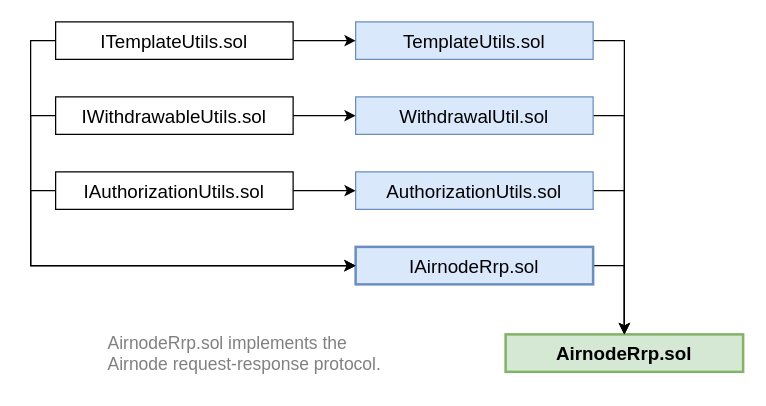
api3dao/old-api3-docs keeps this draw.io diagram as docs/airnode/v0.6/assets/diagrams/RRP-protocol-contracts.drawio. Above is the earlier version. Source tidied: cells renumbered, new cells numbered last; positions are measured from the earlier drawing's top-left corner, leaving out a move shared by most shapes. Both pictures are drawn from the tidied source at 125%, with x=0, y=0 at pixel (55, 21).
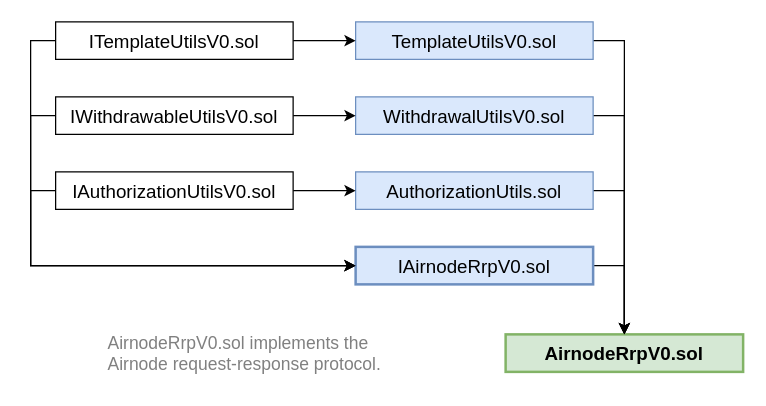
Above is the later version.

Diff of the diagram source:
```diff
@@
-    <mxCell id="2" value="AirnodeRrp.sol" style="rounded=0;whiteSpace=wrap;html=1;strokeWidth=2;fontStyle=1;fontSize=15;fillColor=#d5e8d4;strokeColor=#82b366;" parent="1" vertex="1">
+    <mxCell id="2" value="AirnodeRrpV0.sol" style="rounded=0;whiteSpace=wrap;html=1;strokeWidth=2;fontStyle=1;fontSize=15;fillColor=#d5e8d4;strokeColor=#82b366;" parent="1" vertex="1">
       <mxGeometry x="360" y="250" width="190" height="30" as="geometry" />
     </mxCell>
@@
-    <mxCell id="7" value="IAuthorizationUtils.sol" style="rounded=0;whiteSpace=wrap;html=1;fontSize=15;" parent="1" vertex="1">
+    <mxCell id="7" value="IAuthorizationUtilsV0.sol" style="rounded=0;whiteSpace=wrap;html=1;fontSize=15;" parent="1" vertex="1">
       <mxGeometry y="120" width="190" height="30" as="geometry" />
     </mxCell>
@@
-    <mxCell id="9" value="IAirnodeRrp.sol" style="rounded=0;whiteSpace=wrap;html=1;fontSize=15;strokeWidth=2;fillColor=#dae8fc;strokeColor=#6c8ebf;" parent="1" vertex="1">
+    <mxCell id="9" value="IAirnodeRrpV0.sol" style="rounded=0;whiteSpace=wrap;html=1;fontSize=15;strokeWidth=2;fillColor=#dae8fc;strokeColor=#6c8ebf;" parent="1" vertex="1">
       <mxGeometry x="240" y="180" width="190" height="30" as="geometry" />
     </mxCell>
@@
-    <mxCell id="11" value="TemplateUtils.sol" style="rounded=0;whiteSpace=wrap;html=1;fontSize=15;fillColor=#dae8fc;strokeColor=#6c8ebf;" parent="1" vertex="1">
+    <mxCell id="11" value="TemplateUtilsV0.sol" style="rounded=0;whiteSpace=wrap;html=1;fontSize=15;fillColor=#dae8fc;strokeColor=#6c8ebf;" parent="1" vertex="1">
       <mxGeometry x="240" width="190" height="30" as="geometry" />
     </mxCell>
@@
-    <mxCell id="13" value="WithdrawalUtil.sol" style="rounded=0;whiteSpace=wrap;html=1;fontSize=15;fillColor=#dae8fc;strokeColor=#6c8ebf;" parent="1" vertex="1">
+    <mxCell id="13" value="WithdrawalUtilsV0.sol" style="rounded=0;whiteSpace=wrap;html=1;fontSize=15;fillColor=#dae8fc;strokeColor=#6c8ebf;" parent="1" vertex="1">
       <mxGeometry x="240" y="60" width="190" height="30" as="geometry" />
     </mxCell>
-    <mxCell id="14" value="AirnodeRrp.sol implements the Airnode request-response protocol." style="text;html=1;strokeColor=none;fillColor=none;align=left;verticalAlign=middle;whiteSpace=wrap;rounded=0;fontSize=14;fontStyle=0;fontColor=#808080;" parent="1" vertex="1">
+    <mxCell id="14" value="AirnodeRrpV0.sol implements the Airnode request-response protocol." style="text;html=1;strokeColor=none;fillColor=none;align=left;verticalAlign=middle;whiteSpace=wrap;rounded=0;fontSize=14;fontStyle=0;fontColor=#808080;" parent="1" vertex="1">
       <mxGeometry x="40" y="240" width="240" height="50" as="geometry" />
     </mxCell>
@@
-    <mxCell id="17" value="IWithdrawableUtils.sol" style="rounded=0;whiteSpace=wrap;html=1;fontSize=15;" parent="1" vertex="1">
+    <mxCell id="17" value="IWithdrawableUtilsV0.sol" style="rounded=0;whiteSpace=wrap;html=1;fontSize=15;" parent="1" vertex="1">
       <mxGeometry y="60" width="190" height="30" as="geometry" />
     </mxCell>
@@
-    <mxCell id="20" value="ITemplateUtils.sol" style="rounded=0;whiteSpace=wrap;html=1;fontSize=15;" parent="1" vertex="1">
+    <mxCell id="20" value="ITemplateUtilsV0.sol" style="rounded=0;whiteSpace=wrap;html=1;fontSize=15;" parent="1" vertex="1">
       <mxGeometry width="190" height="30" as="geometry" />
     </mxCell>
```
